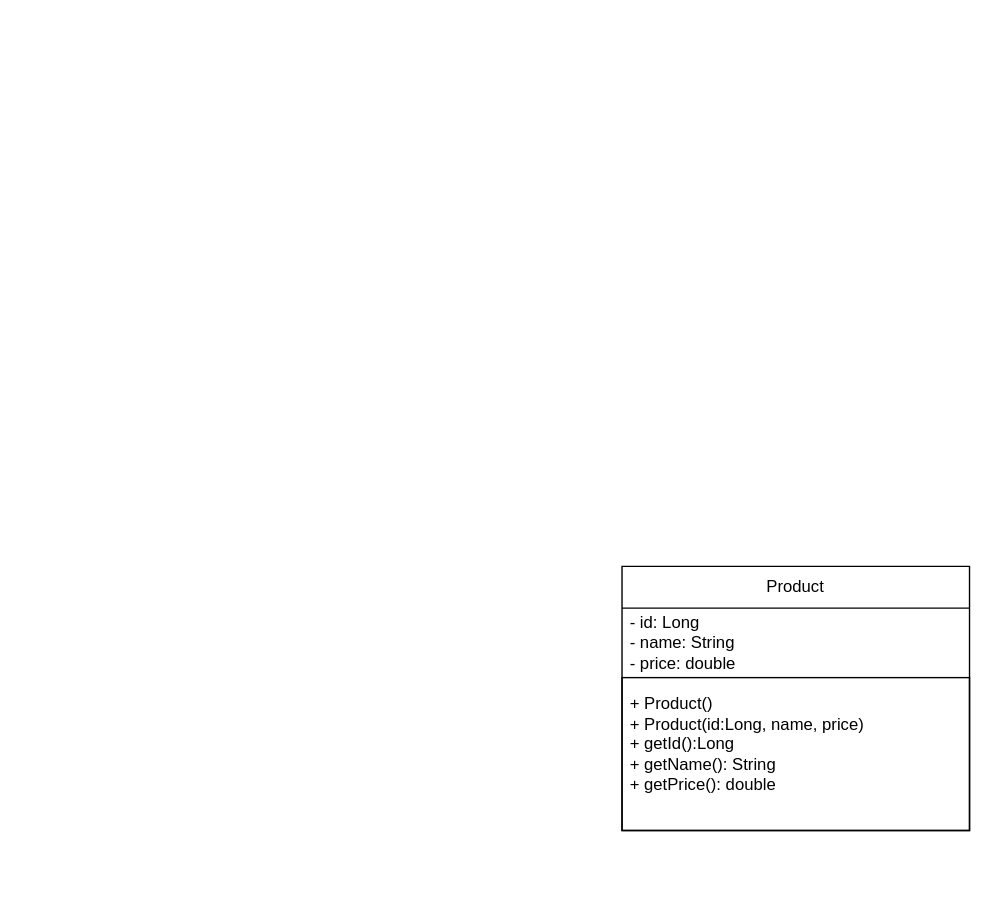
ahashmendis/products-api keeps this draw.io diagram as docs/uml/Product.drawio. Above is the earlier version. Source tidied: cells renumbered, new cells numbered last; positions are measured from the earlier drawing's top-left corner, leaving out a move shared by most shapes. Both pictures are drawn from the tidied source at 139%, with x=0, y=0 at pixel (621, 566).
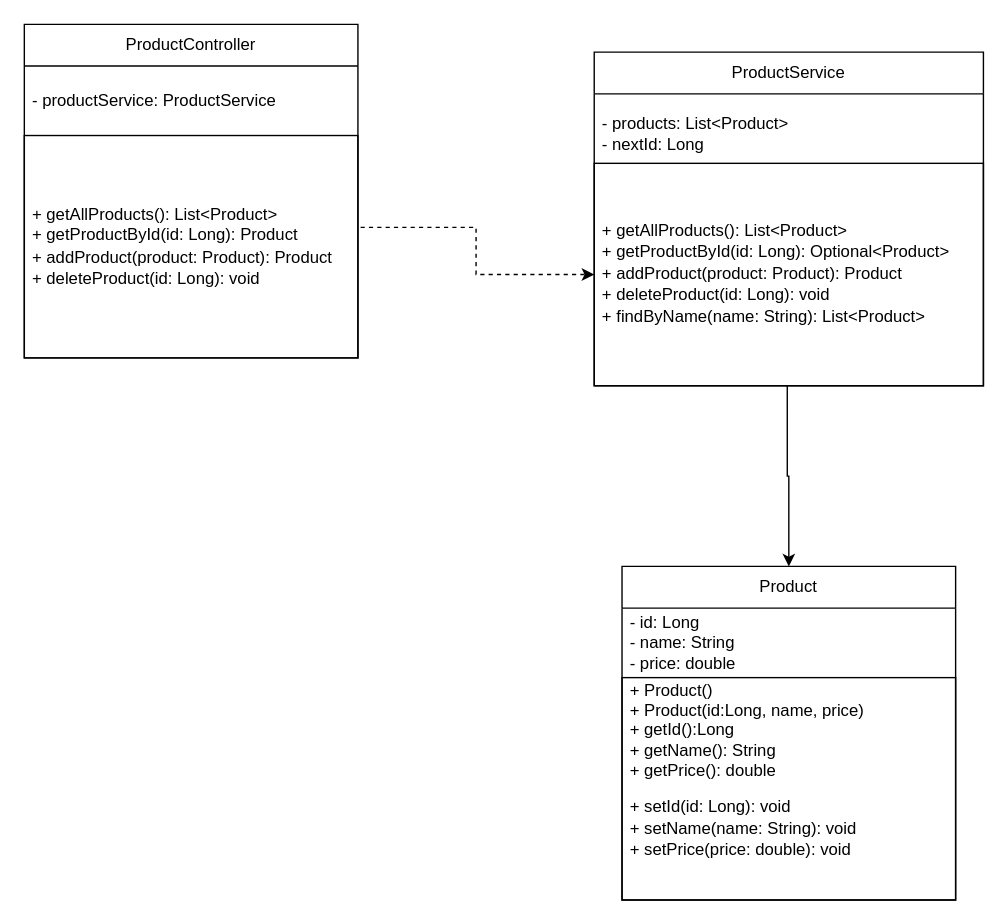
The same diagram, later.

Commit message (it also covers changes not shown here):
Tutorial 3: ProductService with List - four CRUD endpoints working

The edit, as a diff of the source:
```diff
@@
 <mxGraphModel>
   <root>
     <mxCell id="0" />
     <mxCell id="1" parent="0" />
     <mxCell id="2" value="Product" style="swimlane;fontStyle=0;horizontal=1;startSize=30;whiteSpace=wrap;html=1;" parent="1" vertex="1">
-      <mxGeometry width="250" height="190" as="geometry" />
+      <mxGeometry width="240" height="240" as="geometry" />
     </mxCell>
     <mxCell id="3" value="- id: Long&lt;div&gt;- name: String&lt;/div&gt;&lt;div&gt;- price: double&lt;/div&gt;" style="text;strokeColor=none;fillColor=none;align=left;verticalAlign=middle;spacingLeft=4;spacingRight=4;overflow=hidden;whiteSpace=wrap;html=1;" parent="2" vertex="1">
-      <mxGeometry y="30" width="250" height="50" as="geometry" />
+      <mxGeometry y="30" width="240" height="50" as="geometry" />
     </mxCell>
-    <mxCell id="4" value="+ Product()&lt;br&gt;+ Product(id:Long, name, price)&lt;br&gt;+ getId():Long&lt;br&gt;+ getName(): String&lt;div&gt;+ getPrice(): double&lt;br&gt;&lt;br&gt;&lt;/div&gt;" style="text;strokeColor=default;fillColor=none;align=left;verticalAlign=middle;spacingLeft=4;spacingRight=4;overflow=hidden;whiteSpace=wrap;html=1;" parent="2" vertex="1">
-      <mxGeometry y="80" width="250" height="110" as="geometry" />
+    <mxCell id="4" value="+ Product()&lt;br&gt;+ Product(id:Long, name, price)&lt;br&gt;+ getId():Long&lt;br&gt;+ getName(): String&lt;div&gt;+ getPrice(): double&lt;/div&gt;&lt;div&gt;&lt;pre dir=&quot;ltr&quot;&gt;&lt;code&gt;&lt;font face=&quot;Helvetica&quot;&gt;+ setId(id: Long): void&lt;br&gt;+ setName(name: String): void&lt;br&gt;+ setPrice(price: double): void&lt;/font&gt;&lt;/code&gt;&lt;/pre&gt;&lt;br&gt;&lt;/div&gt;" style="text;strokeColor=default;fillColor=none;align=left;verticalAlign=middle;spacingLeft=4;spacingRight=4;overflow=hidden;whiteSpace=wrap;html=1;" parent="2" vertex="1">
+      <mxGeometry y="80" width="240" height="160" as="geometry" />
     </mxCell>
+    <mxCell id="5" value="ProductController" style="swimlane;fontStyle=0;horizontal=1;startSize=30;whiteSpace=wrap;html=1;" parent="1" vertex="1">
+      <mxGeometry x="-430" y="-390" width="240" height="240" as="geometry" />
+    </mxCell>
+    <mxCell id="6" value="&lt;pre dir=&quot;ltr&quot;&gt;&lt;code&gt;&lt;font face=&quot;Helvetica&quot;&gt;- productService: ProductService&lt;/font&gt;&lt;/code&gt;&lt;/pre&gt;" style="text;strokeColor=none;fillColor=none;align=left;verticalAlign=middle;spacingLeft=4;spacingRight=4;overflow=hidden;whiteSpace=wrap;html=1;" parent="5" vertex="1">
+      <mxGeometry y="30" width="240" height="50" as="geometry" />
+    </mxCell>
+    <mxCell id="7" value="&lt;div&gt;&lt;pre dir=&quot;ltr&quot;&gt;&lt;code&gt;&lt;font face=&quot;Helvetica&quot;&gt;+ getAllProducts(): List&amp;lt;Product&amp;gt;&lt;br&gt;+ getProductById(id: Long): Product&lt;br&gt;+ addProduct(product: Product): Product&lt;br&gt;+ deleteProduct(id: Long): void&lt;/font&gt;&lt;/code&gt;&lt;/pre&gt;&lt;/div&gt;" style="text;strokeColor=default;fillColor=none;align=left;verticalAlign=middle;spacingLeft=4;spacingRight=4;overflow=hidden;points=[[0,0.5],[1,0.5]];portConstraint=eastwest;whiteSpace=wrap;html=1;" parent="5" vertex="1">
+      <mxGeometry y="80" width="240" height="160" as="geometry" />
+    </mxCell>
+    <mxCell id="8" value="ProductService" style="swimlane;fontStyle=0;horizontal=1;startSize=30;whiteSpace=wrap;html=1;" parent="1" vertex="1">
+      <mxGeometry x="-20" y="-370" width="280" height="240" as="geometry" />
+    </mxCell>
+    <mxCell id="9" value="&lt;pre dir=&quot;ltr&quot;&gt;&lt;code&gt;&lt;font face=&quot;Helvetica&quot;&gt;- products: List&amp;lt;Product&amp;gt;&lt;br/&gt;- nextId: Long&lt;/font&gt;&lt;/code&gt;&lt;/pre&gt;" style="text;strokeColor=none;fillColor=none;align=left;verticalAlign=middle;spacingLeft=4;spacingRight=4;overflow=hidden;whiteSpace=wrap;html=1;" parent="8" vertex="1">
+      <mxGeometry y="30" width="280" height="50" as="geometry" />
+    </mxCell>
+    <mxCell id="10" value="&lt;div&gt;&lt;pre dir=&quot;ltr&quot;&gt;&lt;code&gt;&lt;font face=&quot;Helvetica&quot;&gt;+ getAllProducts(): List&amp;lt;Product&amp;gt;&lt;br/&gt;+ getProductById(id: Long): Optional&amp;lt;Product&amp;gt;&lt;br/&gt;+ addProduct(product: Product): Product&lt;br/&gt;+ deleteProduct(id: Long): void&lt;br/&gt;+ findByName(name: String): List&amp;lt;Product&amp;gt;&lt;/font&gt;&lt;/code&gt;&lt;/pre&gt;&lt;/div&gt;" style="text;strokeColor=default;fillColor=none;align=left;verticalAlign=middle;spacingLeft=4;spacingRight=4;overflow=hidden;points=[[0,0.5],[1,0.5]];portConstraint=eastwest;whiteSpace=wrap;html=1;" parent="8" vertex="1">
+      <mxGeometry y="80" width="280" height="160" as="geometry" />
+    </mxCell>
+    <mxCell id="11" style="edgeStyle=orthogonalEdgeStyle;rounded=0;jettySize=auto;html=1;exitX=0.496;exitY=1;exitDx=0;exitDy=0;exitPerimeter=0;entryX=0.5;entryY=0;entryDx=0;entryDy=0;" parent="1" edge="1" source="10" target="2">
+      <mxGeometry relative="1" as="geometry" />
+    </mxCell>
+    <mxCell id="12" style="edgeStyle=orthogonalEdgeStyle;rounded=0;jettySize=auto;html=1;entryX=0;entryY=0.5;entryDx=0;entryDy=0;exitX=1.008;exitY=0.413;exitDx=0;exitDy=0;exitPerimeter=0;dashed=1;" parent="1" edge="1" source="7" target="10">
+      <mxGeometry relative="1" as="geometry" />
+    </mxCell>
   </root>
 </mxGraphModel>
```
